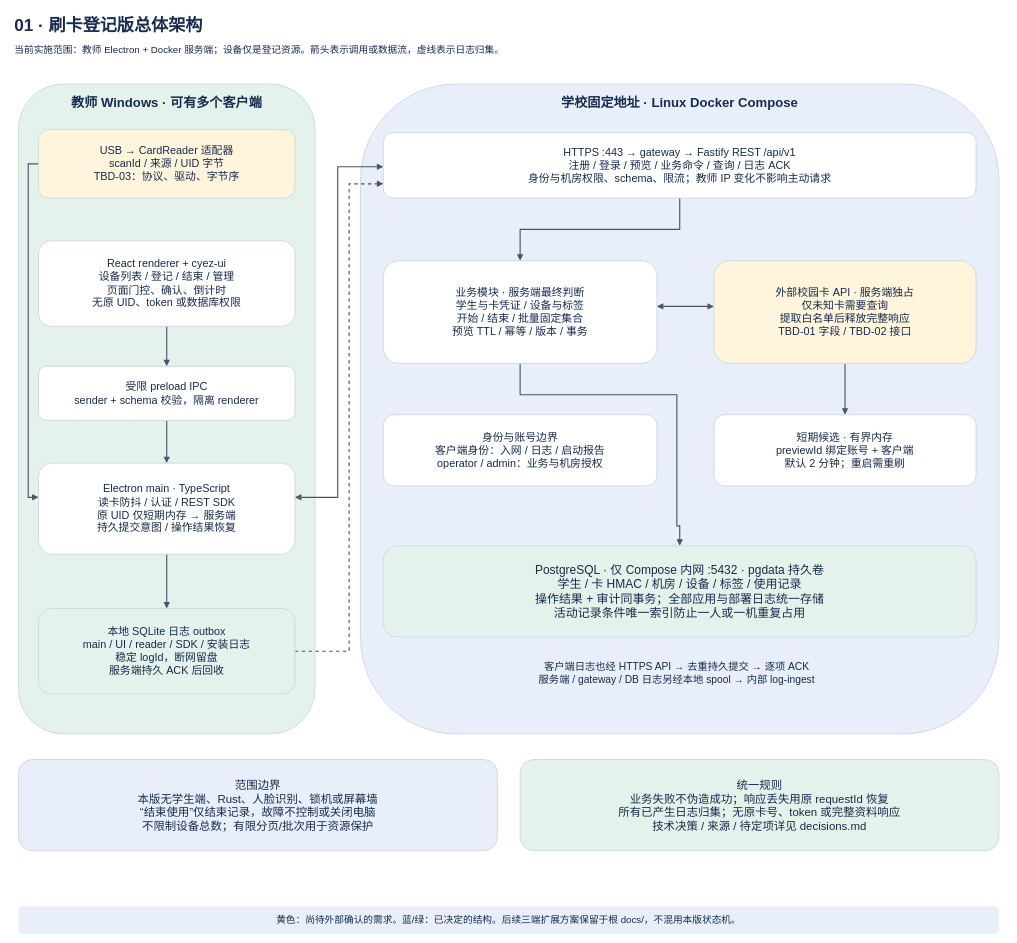
Above: page "01 · 刷卡登记版总体架构" (1 of 8) of record-only/docs/architecture.drawio in lmyzzzz/cyez-library-management (draw.io), before the change. Source tidied: cells renumbered, new cells numbered last; positions are measured from the earlier drawing's top-left corner, leaving out a move shared by most shapes. Both pictures are drawn from the tidied source at 57%, with x=0, y=0 at pixel (10, 10).
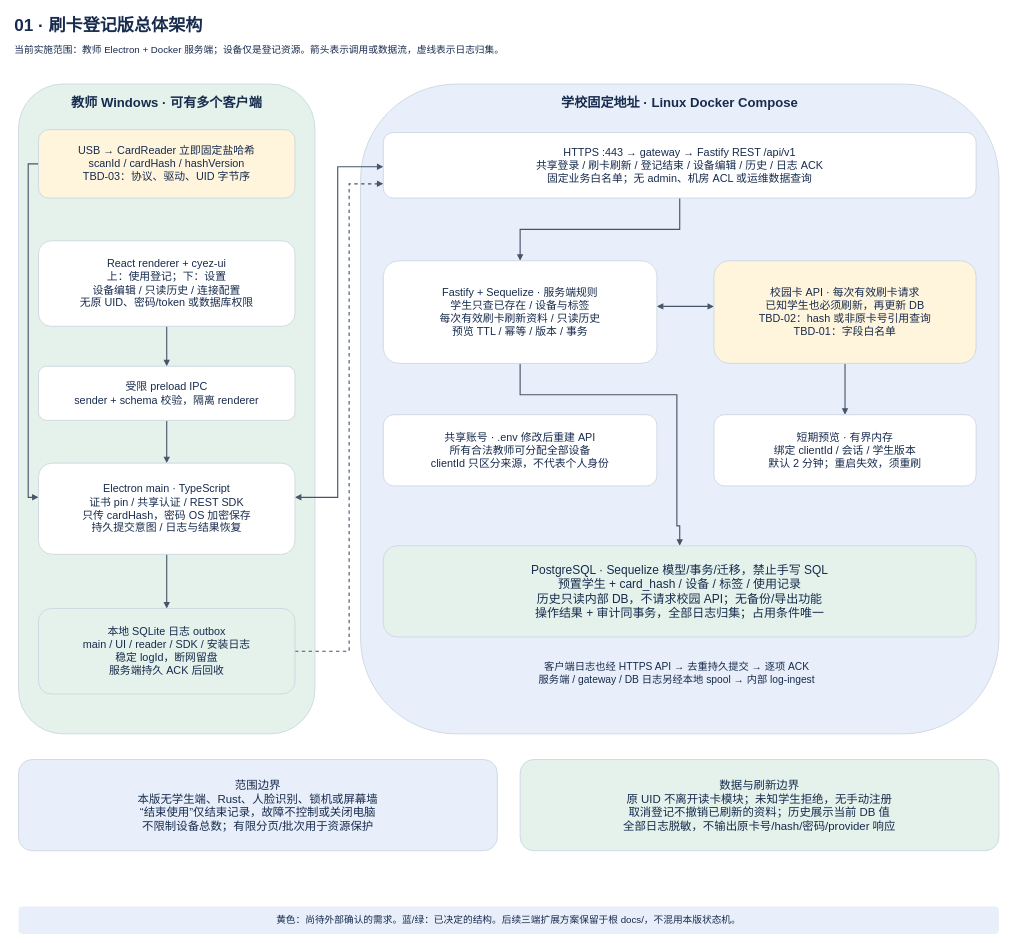
Above is the later version.

Change to the diagram source:
```diff
@@
-    <mxCell id="17" value="USB → CardReader 适配器&#10;scanId / 来源 / UID 字节&#10;TBD-03：协议、驱动、字节序" style="rounded=1;whiteSpace=wrap;html=0;fillColor=#fff4dc;strokeColor=#cbd5e1;strokeWidth=1.5;fontColor=#172b4d;fontFamily=Microsoft YaHei;fontSize=19;fontStyle=0;align=center;verticalAlign=middle;spacing=8;" parent="1" vertex="1">
+    <mxCell id="17" value="USB → CardReader 立即固定盐哈希&#10;scanId / cardHash / hashVersion&#10;TBD-03：协议、驱动、UID 字节序" style="rounded=1;whiteSpace=wrap;html=0;fillColor=#fff4dc;strokeColor=#cbd5e1;strokeWidth=1.5;fontColor=#172b4d;fontFamily=Microsoft YaHei;fontSize=19;fontStyle=0;align=center;verticalAlign=middle;spacing=8;" parent="1" vertex="1">
       <mxGeometry x="50" y="210" width="450" height="120" as="geometry" />
     </mxCell>
-    <mxCell id="18" value="React renderer + cyez-ui&#10;设备列表 / 登记 / 结束 / 管理&#10;页面门控、确认、倒计时&#10;无原 UID、token 或数据库权限" style="rounded=1;whiteSpace=wrap;html=0;fillColor=#ffffff;strokeColor=#cbd5e1;strokeWidth=1.5;fontColor=#172b4d;fontFamily=Microsoft YaHei;fontSize=19;fontStyle=0;align=center;verticalAlign=middle;spacing=8;" parent="1" vertex="1">
+    <mxCell id="18" value="React renderer + cyez-ui&#10;上：使用登记；下：设置&#10;设备编辑 / 只读历史 / 连接配置&#10;无原 UID、密码/token 或数据库权限" style="rounded=1;whiteSpace=wrap;html=0;fillColor=#ffffff;strokeColor=#cbd5e1;strokeWidth=1.5;fontColor=#172b4d;fontFamily=Microsoft YaHei;fontSize=19;fontStyle=0;align=center;verticalAlign=middle;spacing=8;" parent="1" vertex="1">
       <mxGeometry x="50" y="405" width="450" height="150" as="geometry" />
     </mxCell>
@@
-    <mxCell id="20" value="Electron main · TypeScript&#10;读卡防抖 / 认证 / REST SDK&#10;原 UID 仅短期内存 → 服务端&#10;持久提交意图 / 操作结果恢复" style="rounded=1;whiteSpace=wrap;html=0;fillColor=#ffffff;strokeColor=#cbd5e1;strokeWidth=1.5;fontColor=#172b4d;fontFamily=Microsoft YaHei;fontSize=19;fontStyle=0;align=center;verticalAlign=middle;spacing=8;" parent="1" vertex="1">
+    <mxCell id="20" value="Electron main · TypeScript&#10;证书 pin / 共享认证 / REST SDK&#10;只传 cardHash，密码 OS 加密保存&#10;持久提交意图 / 日志与结果恢复" style="rounded=1;whiteSpace=wrap;html=0;fillColor=#ffffff;strokeColor=#cbd5e1;strokeWidth=1.5;fontColor=#172b4d;fontFamily=Microsoft YaHei;fontSize=19;fontStyle=0;align=center;verticalAlign=middle;spacing=8;" parent="1" vertex="1">
       <mxGeometry x="50" y="795" width="450" height="160" as="geometry" />
     </mxCell>
@@
-    <mxCell id="23" value="HTTPS :443 → gateway → Fastify REST /api/v1&#10;注册 / 登录 / 预览 / 业务命令 / 查询 / 日志 ACK&#10;身份与机房权限、schema、限流；教师 IP 变化不影响主动请求" style="rounded=1;whiteSpace=wrap;html=0;fillColor=#ffffff;strokeColor=#cbd5e1;strokeWidth=1.5;fontColor=#172b4d;fontFamily=Microsoft YaHei;fontSize=19;fontStyle=0;align=center;verticalAlign=middle;spacing=8;" parent="1" vertex="1">
+    <mxCell id="23" value="HTTPS :443 → gateway → Fastify REST /api/v1&#10;共享登录 / 刷卡刷新 / 登记结束 / 设备编辑 / 历史 / 日志 ACK&#10;固定业务白名单；无 admin、机房 ACL 或运维数据查询" style="rounded=1;whiteSpace=wrap;html=0;fillColor=#ffffff;strokeColor=#cbd5e1;strokeWidth=1.5;fontColor=#172b4d;fontFamily=Microsoft YaHei;fontSize=19;fontStyle=0;align=center;verticalAlign=middle;spacing=8;" parent="1" vertex="1">
       <mxGeometry x="655" y="215" width="1040" height="115" as="geometry" />
     </mxCell>
-    <mxCell id="24" value="业务模块 · 服务端最终判断&#10;学生与卡凭证 / 设备与标签&#10;开始 / 结束 / 批量固定集合&#10;预览 TTL / 幂等 / 版本 / 事务" style="rounded=1;whiteSpace=wrap;html=0;fillColor=#ffffff;strokeColor=#cbd5e1;strokeWidth=1.5;fontColor=#172b4d;fontFamily=Microsoft YaHei;fontSize=19;fontStyle=0;align=center;verticalAlign=middle;spacing=8;" parent="1" vertex="1">
+    <mxCell id="24" value="Fastify + Sequelize · 服务端规则&#10;学生只查已存在 / 设备与标签&#10;每次有效刷卡刷新资料 / 只读历史&#10;预览 TTL / 幂等 / 版本 / 事务" style="rounded=1;whiteSpace=wrap;html=0;fillColor=#ffffff;strokeColor=#cbd5e1;strokeWidth=1.5;fontColor=#172b4d;fontFamily=Microsoft YaHei;fontSize=19;fontStyle=0;align=center;verticalAlign=middle;spacing=8;" parent="1" vertex="1">
       <mxGeometry x="655" y="440" width="480" height="180" as="geometry" />
     </mxCell>
-    <mxCell id="25" value="外部校园卡 API · 服务端独占&#10;仅未知卡需要查询&#10;提取白名单后释放完整响应&#10;TBD-01 字段 / TBD-02 接口" style="rounded=1;whiteSpace=wrap;html=0;fillColor=#fff4dc;strokeColor=#cbd5e1;strokeWidth=1.5;fontColor=#172b4d;fontFamily=Microsoft YaHei;fontSize=19;fontStyle=0;align=center;verticalAlign=middle;spacing=8;" parent="1" vertex="1">
+    <mxCell id="25" value="校园卡 API · 每次有效刷卡请求&#10;已知学生也必须刷新，再更新 DB&#10;TBD-02：hash 或非原卡号引用查询&#10;TBD-01：字段白名单" style="rounded=1;whiteSpace=wrap;html=0;fillColor=#fff4dc;strokeColor=#cbd5e1;strokeWidth=1.5;fontColor=#172b4d;fontFamily=Microsoft YaHei;fontSize=19;fontStyle=0;align=center;verticalAlign=middle;spacing=8;" parent="1" vertex="1">
       <mxGeometry x="1235" y="440" width="460" height="180" as="geometry" />
     </mxCell>
-    <mxCell id="26" value="身份与账号边界&#10;客户端身份：入网 / 日志 / 启动报告&#10;operator / admin：业务与机房授权" style="rounded=1;whiteSpace=wrap;html=0;fillColor=#ffffff;strokeColor=#cbd5e1;strokeWidth=1.5;fontColor=#172b4d;fontFamily=Microsoft YaHei;fontSize=19;fontStyle=0;align=center;verticalAlign=middle;spacing=8;" parent="1" vertex="1">
+    <mxCell id="26" value="共享账号 · .env 修改后重建 API&#10;所有合法教师可分配全部设备&#10;clientId 只区分来源，不代表个人身份" style="rounded=1;whiteSpace=wrap;html=0;fillColor=#ffffff;strokeColor=#cbd5e1;strokeWidth=1.5;fontColor=#172b4d;fontFamily=Microsoft YaHei;fontSize=19;fontStyle=0;align=center;verticalAlign=middle;spacing=8;" parent="1" vertex="1">
       <mxGeometry x="655" y="710" width="480" height="125" as="geometry" />
     </mxCell>
-    <mxCell id="27" value="短期候选 · 有界内存&#10;previewId 绑定账号 + 客户端&#10;默认 2 分钟；重启需重刷" style="rounded=1;whiteSpace=wrap;html=0;fillColor=#ffffff;strokeColor=#cbd5e1;strokeWidth=1.5;fontColor=#172b4d;fontFamily=Microsoft YaHei;fontSize=19;fontStyle=0;align=center;verticalAlign=middle;spacing=8;" parent="1" vertex="1">
+    <mxCell id="27" value="短期预览 · 有界内存&#10;绑定 clientId / 会话 / 学生版本&#10;默认 2 分钟；重启失效，须重刷" style="rounded=1;whiteSpace=wrap;html=0;fillColor=#ffffff;strokeColor=#cbd5e1;strokeWidth=1.5;fontColor=#172b4d;fontFamily=Microsoft YaHei;fontSize=19;fontStyle=0;align=center;verticalAlign=middle;spacing=8;" parent="1" vertex="1">
       <mxGeometry x="1235" y="710" width="460" height="125" as="geometry" />
     </mxCell>
-    <mxCell id="28" value="PostgreSQL · 仅 Compose 内网 :5432 · pgdata 持久卷&#10;学生 / 卡 HMAC / 机房 / 设备 / 标签 / 使用记录&#10;操作结果 + 审计同事务；全部应用与部署日志统一存储&#10;活动记录条件唯一索引防止一人或一机重复占用" style="rounded=1;whiteSpace=wrap;html=0;fillColor=#e4f2eb;strokeColor=#cbd5e1;strokeWidth=1.5;fontColor=#172b4d;fontFamily=Microsoft YaHei;fontSize=21;fontStyle=0;align=center;verticalAlign=middle;spacing=8;" parent="1" vertex="1">
+    <mxCell id="28" value="PostgreSQL · Sequelize 模型/事务/迁移，禁止手写 SQL&#10;预置学生 + card_hash / 设备 / 标签 / 使用记录&#10;历史只读内部 DB，不请求校园 API；无备份/导出功能&#10;操作结果 + 审计同事务，全部日志归集；占用条件唯一" style="rounded=1;whiteSpace=wrap;html=0;fillColor=#e4f2eb;strokeColor=#cbd5e1;strokeWidth=1.5;fontColor=#172b4d;fontFamily=Microsoft YaHei;fontSize=21;fontStyle=0;align=center;verticalAlign=middle;spacing=8;" parent="1" vertex="1">
       <mxGeometry x="655" y="940" width="1040" height="160" as="geometry" />
     </mxCell>
@@
-    <mxCell id="31" value="统一规则&#10;业务失败不伪造成功；响应丢失用原 requestId 恢复&#10;所有已产生日志归集；无原卡号、token 或完整资料响应&#10;技术决策 / 来源 / 待定项详见 decisions.md" style="rounded=1;whiteSpace=wrap;html=0;fillColor=#e4f2eb;strokeColor=#cbd5e1;strokeWidth=1.5;fontColor=#172b4d;fontFamily=Microsoft YaHei;fontSize=20;fontStyle=0;align=center;verticalAlign=middle;spacing=8;" parent="1" vertex="1">
+    <mxCell id="31" value="数据与刷新边界&#10;原 UID 不离开读卡模块；未知学生拒绝，无手动注册&#10;取消登记不撤销已刷新的资料；历史展示当前 DB 值&#10;全部日志脱敏，不输出原卡号/hash/密码/provider 响应" style="rounded=1;whiteSpace=wrap;html=0;fillColor=#e4f2eb;strokeColor=#cbd5e1;strokeWidth=1.5;fontColor=#172b4d;fontFamily=Microsoft YaHei;fontSize=20;fontStyle=0;align=center;verticalAlign=middle;spacing=8;" parent="1" vertex="1">
       <mxGeometry x="895" y="1315" width="840" height="160" as="geometry" />
     </mxCell>
```
